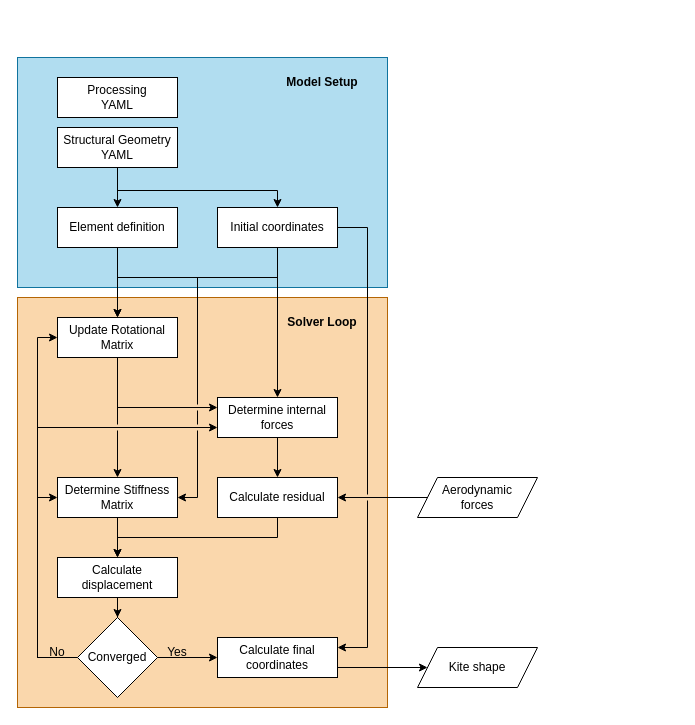
The draw.io diagram Figures/drawio/FEM_flowchart.drawio in PatrickRoel/Thesis, before the edit. Source tidied: cells renumbered, new cells numbered last; positions are measured from the earlier drawing's top-left corner, leaving out a move shared by most shapes. Both pictures are drawn from the tidied source at 100%, with x=0, y=0 at pixel (17, 57).
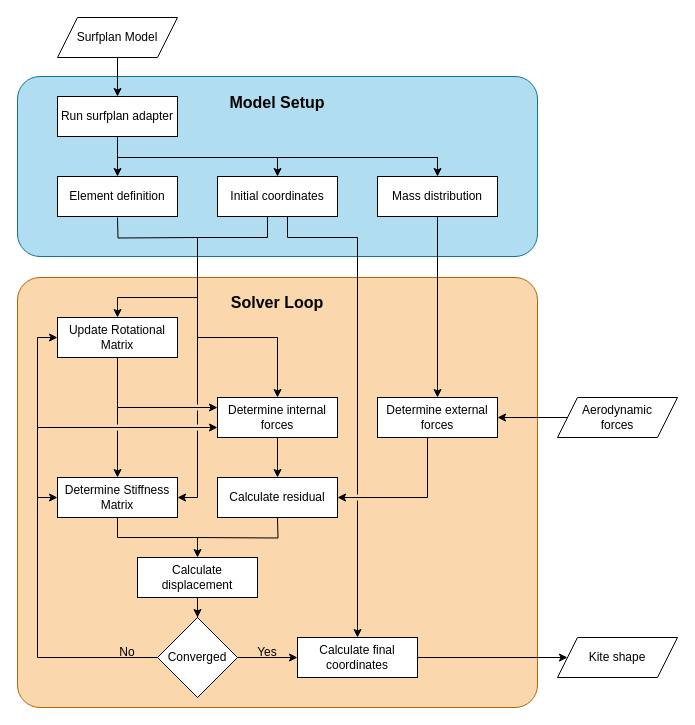
After the change.

The change refers to these unchanged cells:
```xml
<mxCell id="5" value="Determine internal forces" style="rounded=0;whiteSpace=wrap;html=1;" parent="1" vertex="1">
  <mxGeometry x="200" y="340" width="120" height="40" as="geometry" />
</mxCell>
<mxCell id="7" value="Calculate residual" style="rounded=0;whiteSpace=wrap;html=1;" parent="1" vertex="1">
  <mxGeometry x="200" y="420" width="120" height="40" as="geometry" />
</mxCell>
<mxCell id="9" value="Determine Stiffness Matrix" style="rounded=0;whiteSpace=wrap;html=1;" parent="1" vertex="1">
  <mxGeometry x="40" y="420" width="120" height="40" as="geometry" />
</mxCell>
<mxCell id="35" value="Update Rotational Matrix" style="rounded=0;whiteSpace=wrap;html=1;" parent="1" vertex="1">
  <mxGeometry x="40" y="260" width="120" height="40" as="geometry" />
</mxCell>
```

The edit, as a diff of the source:
```diff
@@
+    <mxCell id="3" style="rounded=1;whiteSpace=wrap;html=1;fillColor=#FAD7AC;strokeColor=#b46504;glass=0;shadow=0;arcSize=45;absoluteArcSize=1;" parent="1" vertex="1">
+      <mxGeometry y="220" width="520" height="430" as="geometry" />
+    </mxCell>
+    <mxCell id="39" value="Solver Loop" style="text;html=1;whiteSpace=wrap;strokeColor=none;fillColor=none;align=center;verticalAlign=middle;rounded=0;fontStyle=1;fontSize=16;" parent="1" vertex="1">
+      <mxGeometry y="230" width="520" height="30" as="geometry" />
+    </mxCell>
-    <mxCell id="2" style="rounded=0;whiteSpace=wrap;html=1;fillColor=#b1ddf0;strokeColor=#10739e;" parent="1" vertex="1">
-      <mxGeometry width="370" height="230" as="geometry" />
+    <mxCell id="2" style="rounded=1;whiteSpace=wrap;html=1;fillColor=#b1ddf0;strokeColor=#10739e;absoluteArcSize=1;arcSize=45;" parent="1" vertex="1">
+      <mxGeometry y="19" width="520" height="180" as="geometry" />
     </mxCell>
-    <mxCell id="3" style="rounded=0;whiteSpace=wrap;html=1;fillColor=#fad7ac;strokeColor=#b46504;" parent="1" vertex="1">
-      <mxGeometry y="240" width="370" height="410" as="geometry" />
-    </mxCell>
     <mxCell id="4" style="edgeStyle=orthogonalEdgeStyle;rounded=0;jettySize=auto;html=1;" parent="1" edge="1" source="5" target="7">
-      <mxGeometry relative="1" as="geometry" />
+      <mxGeometry relative="1" as="geometry">
+        <Array as="points">
+          <mxPoint x="260" y="440" />
+          <mxPoint x="260" y="440" />
+        </Array>
+      </mxGeometry>
     </mxCell>
@@
-    <mxCell id="6" style="edgeStyle=orthogonalEdgeStyle;rounded=0;jettySize=auto;html=1;exitX=0.5;exitY=1;exitDx=0;exitDy=0;entryX=0.5;entryY=0;entryDx=0;entryDy=0;" parent="1" edge="1" source="7" target="11">
-      <mxGeometry relative="1" as="geometry" />
-    </mxCell>
@@
     <mxCell id="11" value="Calculate displacement" style="rounded=0;whiteSpace=wrap;html=1;" parent="1" vertex="1">
-      <mxGeometry x="40" y="500" width="120" height="40" as="geometry" />
+      <mxGeometry x="120" y="500" width="120" height="40" as="geometry" />
     </mxCell>
@@
-    <mxCell id="13" style="edgeStyle=orthogonalEdgeStyle;rounded=0;jettySize=auto;html=1;" parent="1" edge="1" source="15">
-      <mxGeometry relative="1" as="geometry">
-        <mxPoint x="200" y="370" as="targetPoint" />
-        <Array as="points">
-          <mxPoint x="20" y="600" />
-          <mxPoint x="20" y="370" />
-          <mxPoint x="200" y="370" />
-        </Array>
-      </mxGeometry>
-    </mxCell>
-    <mxCell id="14" style="edgeStyle=orthogonalEdgeStyle;rounded=0;jettySize=auto;html=1;entryX=0;entryY=0.5;entryDx=0;entryDy=0;" parent="1" edge="1" source="15" target="35">
-      <mxGeometry relative="1" as="geometry">
-        <Array as="points">
-          <mxPoint x="20" y="600" />
-          <mxPoint x="20" y="280" />
-        </Array>
-      </mxGeometry>
-    </mxCell>
+    <mxCell id="32" style="edgeStyle=orthogonalEdgeStyle;rounded=0;jettySize=auto;html=1;entryX=0;entryY=0.5;entryDx=0;entryDy=0;" parent="1" edge="1" source="15" target="33">
+      <mxGeometry relative="1" as="geometry" />
+    </mxCell>
     <mxCell id="15" value="Converged" style="rhombus;whiteSpace=wrap;html=1;" parent="1" vertex="1">
-      <mxGeometry x="60" y="560" width="80" height="80" as="geometry" />
+      <mxGeometry x="140" y="560" width="80" height="80" as="geometry" />
     </mxCell>
     <mxCell id="16" value="Yes" style="text;html=1;whiteSpace=wrap;strokeColor=none;fillColor=none;align=center;verticalAlign=middle;rounded=0;" parent="1" vertex="1">
-      <mxGeometry x="130" y="580" width="60" height="30" as="geometry" />
+      <mxGeometry x="220" y="580" width="60" height="30" as="geometry" />
     </mxCell>
     <mxCell id="17" value="No" style="text;html=1;whiteSpace=wrap;strokeColor=none;fillColor=none;align=center;verticalAlign=middle;rounded=0;" parent="1" vertex="1">
-      <mxGeometry x="10" y="580" width="60" height="30" as="geometry" />
+      <mxGeometry x="80" y="580" width="60" height="30" as="geometry" />
     </mxCell>
-    <mxCell id="18" style="edgeStyle=orthogonalEdgeStyle;rounded=0;jettySize=auto;html=1;" parent="1" edge="1" source="19" target="35">
-      <mxGeometry relative="1" as="geometry" />
-    </mxCell>
     <mxCell id="19" value="Element definition" style="rounded=0;whiteSpace=wrap;html=1;" parent="1" vertex="1">
-      <mxGeometry x="40" y="150" width="120" height="40" as="geometry" />
+      <mxGeometry x="40" y="119" width="120" height="40" as="geometry" />
     </mxCell>
-    <mxCell id="20" style="edgeStyle=orthogonalEdgeStyle;rounded=0;jettySize=auto;html=1;" parent="1" edge="1" source="21" target="7">
-      <mxGeometry relative="1" as="geometry" />
+    <mxCell id="20" style="edgeStyle=orthogonalEdgeStyle;rounded=0;jettySize=auto;html=1;entryX=1;entryY=0.5;entryDx=0;entryDy=0;" parent="1" edge="1" source="46" target="7">
+      <mxGeometry relative="1" as="geometry">
+        <Array as="points">
+          <mxPoint x="410" y="440" />
+        </Array>
+      </mxGeometry>
     </mxCell>
     <mxCell id="21" value="&lt;div&gt;Aerodynamic&lt;/div&gt;&lt;div&gt;forces&lt;/div&gt;" style="shape=parallelogram;perimeter=parallelogramPerimeter;whiteSpace=wrap;html=1;fixedSize=1;" parent="1" vertex="1">
-      <mxGeometry x="400" y="420" width="120" height="40" as="geometry" />
+      <mxGeometry x="540" y="340" width="120" height="40" as="geometry" />
     </mxCell>
     <mxCell id="22" style="edgeStyle=orthogonalEdgeStyle;rounded=0;jettySize=auto;html=1;exitX=1;exitY=0.75;exitDx=0;exitDy=0;" parent="1" edge="1" source="33" target="23">
-      <mxGeometry relative="1" as="geometry" />
+      <mxGeometry relative="1" as="geometry">
+        <Array as="points">
+          <mxPoint x="320" y="600" />
+        </Array>
+      </mxGeometry>
     </mxCell>
     <mxCell id="23" value="Kite shape" style="shape=parallelogram;perimeter=parallelogramPerimeter;whiteSpace=wrap;html=1;fixedSize=1;" parent="1" vertex="1">
-      <mxGeometry x="400" y="590" width="120" height="40" as="geometry" />
+      <mxGeometry x="540" y="580" width="120" height="40" as="geometry" />
     </mxCell>
+    <mxCell id="25" style="edgeStyle=orthogonalEdgeStyle;rounded=0;jettySize=auto;html=1;entryX=0.5;entryY=0;entryDx=0;entryDy=0;" parent="1" edge="1" source="27" target="35">
+      <mxGeometry relative="1" as="geometry">
+        <Array as="points">
+          <mxPoint x="250" y="180" />
+          <mxPoint x="180" y="180" />
+          <mxPoint x="180" y="240" />
+          <mxPoint x="100" y="240" />
+        </Array>
+      </mxGeometry>
+    </mxCell>
-    <mxCell id="24" style="edgeStyle=orthogonalEdgeStyle;rounded=0;jettySize=auto;html=1;jumpStyle=gap;entryX=1;entryY=0.25;entryDx=0;entryDy=0;" parent="1" edge="1" source="27" target="33">
+    <mxCell id="24" style="edgeStyle=orthogonalEdgeStyle;rounded=0;jettySize=auto;html=1;jumpStyle=gap;entryX=0.5;entryY=0;entryDx=0;entryDy=0;" parent="1" edge="1" source="27" target="33">
       <mxGeometry relative="1" as="geometry">
         <Array as="points">
-          <mxPoint x="350" y="170" />
-          <mxPoint x="350" y="590" />
+          <mxPoint x="270" y="180" />
+          <mxPoint x="340" y="180" />
         </Array>
       </mxGeometry>
     </mxCell>
-    <mxCell id="25" style="edgeStyle=orthogonalEdgeStyle;rounded=0;jettySize=auto;html=1;entryX=0.5;entryY=0;entryDx=0;entryDy=0;" parent="1" edge="1" source="27" target="35">
-      <mxGeometry relative="1" as="geometry">
-        <Array as="points">
-          <mxPoint x="260" y="220" />
-          <mxPoint x="100" y="220" />
-        </Array>
-      </mxGeometry>
-    </mxCell>
-    <mxCell id="26" style="edgeStyle=orthogonalEdgeStyle;rounded=0;jettySize=auto;html=1;" parent="1" edge="1" source="27">
-      <mxGeometry relative="1" as="geometry">
-        <mxPoint x="260" y="340" as="targetPoint" />
-        <Array as="points">
-          <mxPoint x="260" y="340" />
-        </Array>
-      </mxGeometry>
-    </mxCell>
     <mxCell id="27" value="Initial coordinates" style="rounded=0;whiteSpace=wrap;html=1;" parent="1" vertex="1">
-      <mxGeometry x="200" y="150" width="120" height="40" as="geometry" />
+      <mxGeometry x="200" y="119" width="120" height="40" as="geometry" />
     </mxCell>
-    <mxCell id="28" style="edgeStyle=orthogonalEdgeStyle;rounded=0;jettySize=auto;html=1;" parent="1" edge="1" source="30" target="19">
+    <mxCell id="28" style="edgeStyle=orthogonalEdgeStyle;rounded=0;jettySize=auto;html=1;entryX=0.5;entryY=0;entryDx=0;entryDy=0;" parent="1" edge="1" source="30" target="19">
       <mxGeometry relative="1" as="geometry" />
     </mxCell>
-    <mxCell id="29" style="edgeStyle=orthogonalEdgeStyle;rounded=0;jettySize=auto;html=1;entryX=0.5;entryY=0;entryDx=0;entryDy=0;" parent="1" edge="1" source="30" target="27">
-      <mxGeometry relative="1" as="geometry">
-        <Array as="points">
-          <mxPoint x="100" y="133" />
-          <mxPoint x="260" y="133" />
-        </Array>
-      </mxGeometry>
-    </mxCell>
+    <mxCell id="40" style="edgeStyle=orthogonalEdgeStyle;rounded=0;jettySize=auto;html=1;" parent="1" edge="1" target="27">
+      <mxGeometry relative="1" as="geometry">
+        <mxPoint x="260" y="100" as="sourcePoint" />
+        <Array as="points">
+          <mxPoint x="100" y="100" />
+          <mxPoint x="260" y="100" />
+        </Array>
+      </mxGeometry>
+    </mxCell>
-    <mxCell id="30" value="&lt;div&gt;Structural Geometry&lt;/div&gt;&lt;div&gt;YAML&lt;/div&gt;" style="rounded=0;whiteSpace=wrap;html=1;" parent="1" vertex="1">
-      <mxGeometry x="40" y="70" width="120" height="40" as="geometry" />
+    <mxCell id="30" value="Run surfplan adapter" style="rounded=0;whiteSpace=wrap;html=1;" parent="1" vertex="1">
+      <mxGeometry x="40" y="39" width="120" height="40" as="geometry" />
     </mxCell>
-    <mxCell id="31" value="&lt;div&gt;Processing&lt;/div&gt;&lt;div&gt;YAML&lt;/div&gt;" style="rounded=0;whiteSpace=wrap;html=1;" parent="1" vertex="1">
-      <mxGeometry x="40" y="20" width="120" height="40" as="geometry" />
-    </mxCell>
-    <mxCell id="32" style="edgeStyle=orthogonalEdgeStyle;rounded=0;jettySize=auto;html=1;" parent="1" edge="1" source="15" target="33">
-      <mxGeometry relative="1" as="geometry" />
-    </mxCell>
     <mxCell id="33" value="Calculate final coordinates" style="rounded=0;whiteSpace=wrap;html=1;" parent="1" vertex="1">
-      <mxGeometry x="200" y="580" width="120" height="40" as="geometry" />
+      <mxGeometry x="280" y="580" width="120" height="40" as="geometry" />
     </mxCell>
-    <mxCell id="34" style="edgeStyle=orthogonalEdgeStyle;rounded=0;jettySize=auto;html=1;jumpStyle=gap;" parent="1" edge="1" source="35">
-      <mxGeometry relative="1" as="geometry">
-        <mxPoint x="100" y="420" as="targetPoint" />
-        <Array as="points">
-          <mxPoint x="100" y="420" />
-        </Array>
-      </mxGeometry>
-    </mxCell>
@@
-    <mxCell id="37" style="edgeStyle=orthogonalEdgeStyle;rounded=0;jettySize=auto;html=1;jumpStyle=gap;entryX=1;entryY=0.5;entryDx=0;entryDy=0;" parent="1" edge="1" source="27" target="9">
-      <mxGeometry relative="1" as="geometry">
-        <Array as="points">
-          <mxPoint x="260" y="220" />
-          <mxPoint x="180" y="220" />
-          <mxPoint x="180" y="440" />
-        </Array>
-      </mxGeometry>
-    </mxCell>
+    <mxCell id="41" style="edgeStyle=orthogonalEdgeStyle;rounded=0;jettySize=auto;html=1;" parent="1" edge="1" source="42" target="30">
+      <mxGeometry relative="1" as="geometry" />
+    </mxCell>
+    <mxCell id="42" value="Surfplan Model" style="shape=parallelogram;perimeter=parallelogramPerimeter;whiteSpace=wrap;html=1;fixedSize=1;" parent="1" vertex="1">
+      <mxGeometry x="40" y="-40" width="120" height="40" as="geometry" />
+    </mxCell>
+    <mxCell id="43" style="edgeStyle=orthogonalEdgeStyle;rounded=0;jettySize=auto;html=1;entryX=0.5;entryY=0;entryDx=0;entryDy=0;" parent="1" edge="1" source="44" target="46">
+      <mxGeometry relative="1" as="geometry" />
+    </mxCell>
+    <mxCell id="44" value="Mass distribution" style="rounded=0;whiteSpace=wrap;html=1;" parent="1" vertex="1">
+      <mxGeometry x="360" y="119" width="120" height="40" as="geometry" />
+    </mxCell>
+    <mxCell id="45" style="edgeStyle=orthogonalEdgeStyle;rounded=0;jettySize=auto;html=1;" parent="1" edge="1" source="21" target="46">
+      <mxGeometry relative="1" as="geometry" />
+    </mxCell>
+    <mxCell id="46" value="&lt;div&gt;Determine external&lt;/div&gt;&lt;div&gt;forces&lt;/div&gt;" style="rounded=0;whiteSpace=wrap;html=1;" parent="1" vertex="1">
+      <mxGeometry x="360" y="340" width="120" height="40" as="geometry" />
+    </mxCell>
-    <mxCell id="38" value="&lt;b&gt;Model Setup&lt;/b&gt;" style="text;html=1;whiteSpace=wrap;strokeColor=none;fillColor=none;align=center;verticalAlign=middle;rounded=0;" parent="1" vertex="1">
-      <mxGeometry x="260" y="10" width="90" height="30" as="geometry" />
+    <mxCell id="38" value="Model Setup" style="text;html=1;whiteSpace=wrap;strokeColor=none;fillColor=none;align=center;verticalAlign=middle;rounded=0;fontStyle=1;fontSize=16;" parent="1" vertex="1">
+      <mxGeometry y="30" width="520" height="30" as="geometry" />
     </mxCell>
-    <mxCell id="39" value="&lt;b&gt;Solver Loop&lt;/b&gt;" style="text;html=1;whiteSpace=wrap;strokeColor=none;fillColor=none;align=center;verticalAlign=middle;rounded=0;" parent="1" vertex="1">
-      <mxGeometry x="260" y="250" width="90" height="30" as="geometry" />
-    </mxCell>
+    <mxCell id="47" style="edgeStyle=orthogonalEdgeStyle;rounded=0;orthogonalLoop=1;jettySize=auto;html=1;" parent="1" edge="1">
+      <mxGeometry relative="1" as="geometry">
+        <mxPoint x="420" y="100" as="sourcePoint" />
+        <mxPoint x="420" y="119" as="targetPoint" />
+        <Array as="points">
+          <mxPoint x="260" y="100" />
+          <mxPoint x="420" y="100" />
+        </Array>
+      </mxGeometry>
+    </mxCell>
+    <mxCell id="48" style="endArrow=classic;html=1;rounded=0;edgeStyle=orthogonalEdgeStyle;" parent="1" edge="1">
+      <mxGeometry relative="1" as="geometry">
+        <mxPoint x="180" y="240" as="sourcePoint" />
+        <mxPoint x="260" y="340" as="targetPoint" />
+        <Array as="points">
+          <mxPoint x="180" y="280" />
+          <mxPoint x="260" y="280" />
+        </Array>
+      </mxGeometry>
+    </mxCell>
+    <mxCell id="49" style="endArrow=none;html=1;rounded=0;edgeStyle=orthogonalEdgeStyle;" parent="1" edge="1">
+      <mxGeometry relative="1" as="geometry">
+        <mxPoint x="180" y="180" as="sourcePoint" />
+        <mxPoint x="100" y="160" as="targetPoint" />
+      </mxGeometry>
+    </mxCell>
+    <mxCell id="50" style="endArrow=none;html=1;rounded=0;edgeStyle=orthogonalEdgeStyle;" parent="1" edge="1">
+      <mxGeometry relative="1" as="geometry">
+        <mxPoint x="180" y="480" as="sourcePoint" />
+        <mxPoint x="260" y="460" as="targetPoint" />
+      </mxGeometry>
+    </mxCell>
+    <mxCell id="51" style="endArrow=classic;html=1;rounded=0;edgeStyle=orthogonalEdgeStyle;" parent="1" edge="1">
+      <mxGeometry relative="1" as="geometry">
+        <mxPoint x="20" y="440" as="sourcePoint" />
+        <mxPoint x="200" y="370" as="targetPoint" />
+        <Array as="points">
+          <mxPoint x="20" y="370" />
+        </Array>
+      </mxGeometry>
+    </mxCell>
+    <mxCell id="34" style="edgeStyle=orthogonalEdgeStyle;rounded=0;orthogonalLoop=1;jettySize=auto;html=1;jumpStyle=gap;" parent="1" edge="1">
+      <mxGeometry relative="1" as="geometry">
+        <mxPoint x="100" y="350" as="sourcePoint" />
+        <mxPoint x="100" y="420" as="targetPoint" />
+        <Array as="points">
+          <mxPoint x="100" y="420" />
+        </Array>
+      </mxGeometry>
+    </mxCell>
+    <mxCell id="52" style="endArrow=classic;html=1;rounded=0;edgeStyle=orthogonalEdgeStyle;jumpStyle=gap;" parent="1" edge="1">
+      <mxGeometry relative="1" as="geometry">
+        <mxPoint x="180" y="280" as="sourcePoint" />
+        <mxPoint x="160" y="440" as="targetPoint" />
+        <Array as="points">
+          <mxPoint x="180" y="440" />
+        </Array>
+      </mxGeometry>
+    </mxCell>
+    <mxCell id="53" style="endArrow=classic;html=1;rounded=0;entryX=0;entryY=0.5;entryDx=0;entryDy=0;edgeStyle=orthogonalEdgeStyle;" parent="1" edge="1" target="35">
+      <mxGeometry relative="1" as="geometry">
+        <mxPoint x="20" y="370" as="sourcePoint" />
+        <Array as="points">
+          <mxPoint x="20" y="280" />
+        </Array>
+      </mxGeometry>
+    </mxCell>
```
